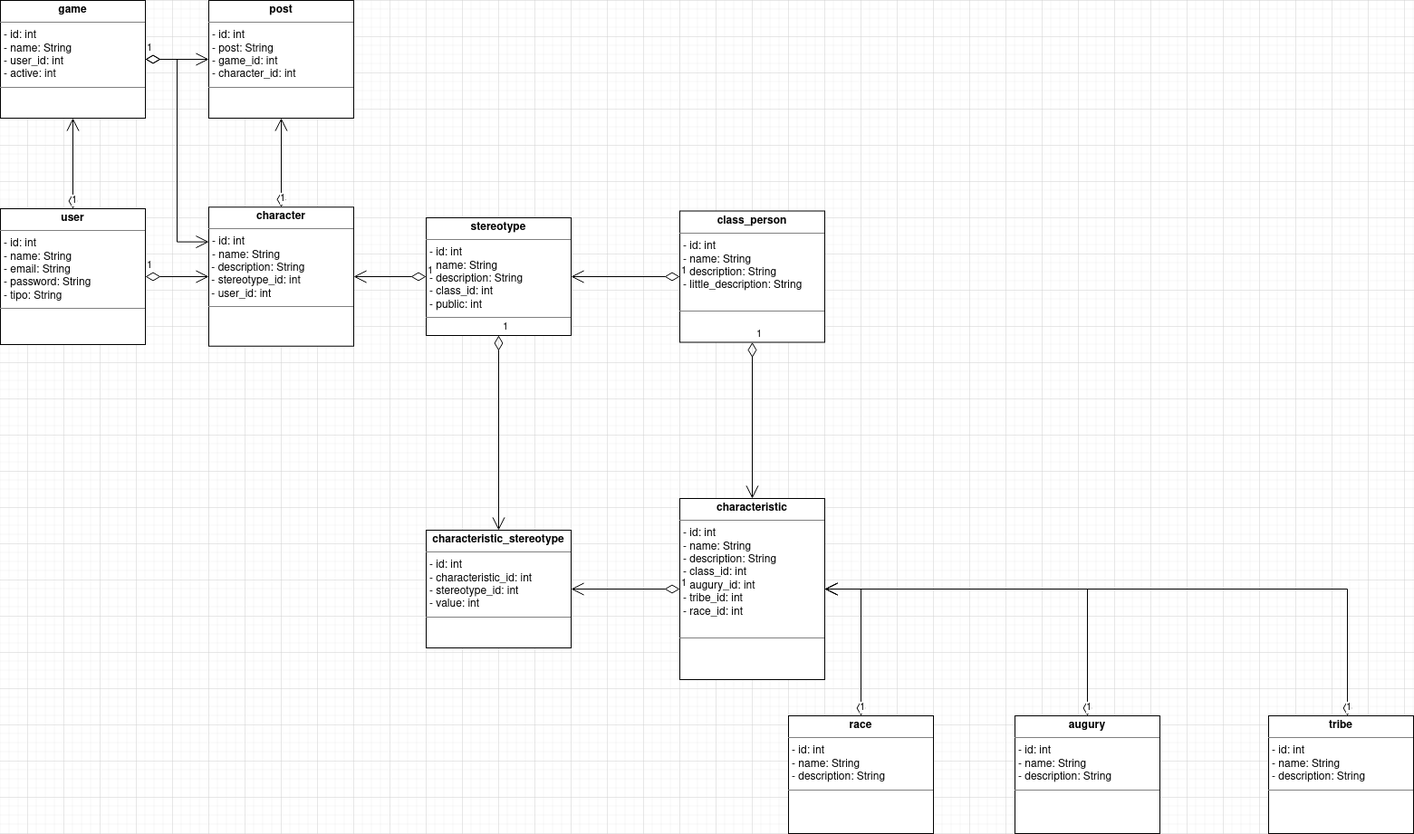
Above: diagrama_de_classes.drawio.png in fabriciodiasoliveira/mundo-sombrio-rpg (draw.io), before the change. Source tidied: cells renumbered, new cells last; positions are measured from the earlier drawing's top-left corner, leaving out a move shared by most shapes.
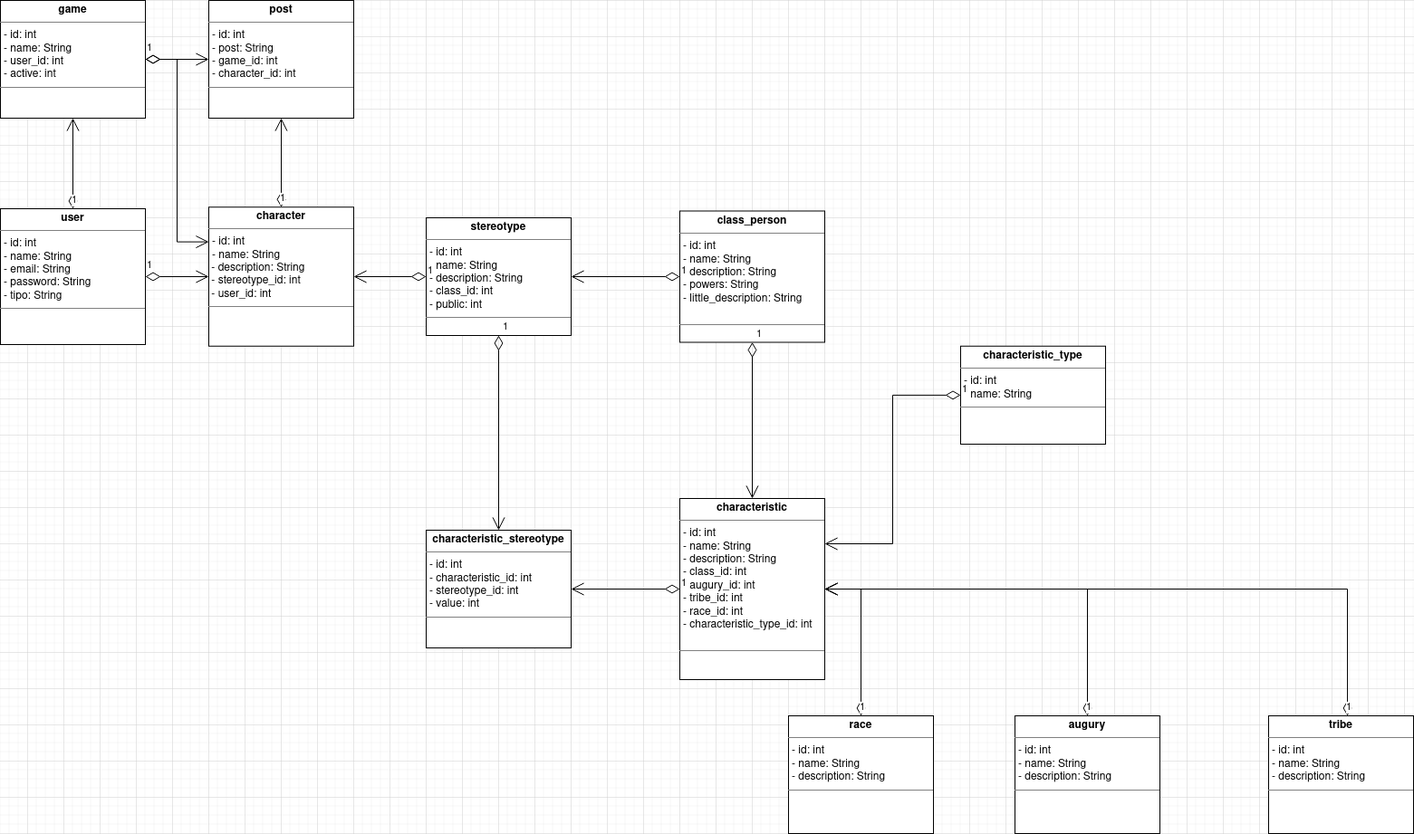
The same diagram one commit later.

What changed in the source:
```diff
@@ -8,10 +8,10 @@
     <mxCell id="3" value="&lt;p style=&quot;margin:0px;margin-top:4px;text-align:center;&quot;&gt;&lt;b&gt;stereotype&lt;/b&gt;&lt;br&gt;&lt;/p&gt;&lt;hr size=&quot;1&quot;&gt;&lt;p style=&quot;margin:0px;margin-left:4px;&quot;&gt;- id: int&lt;/p&gt;&lt;p style=&quot;margin:0px;margin-left:4px;&quot;&gt;- name: String&lt;/p&gt;&lt;p style=&quot;margin:0px;margin-left:4px;&quot;&gt;- description: String&lt;/p&gt;&lt;p style=&quot;margin:0px;margin-left:4px;&quot;&gt;- class_id: int&lt;/p&gt;&lt;p style=&quot;margin:0px;margin-left:4px;&quot;&gt;- public: int&lt;/p&gt;&lt;hr size=&quot;1&quot;&gt;&lt;p style=&quot;margin:0px;margin-left:4px;&quot;&gt;&lt;br&gt;&lt;/p&gt;" style="verticalAlign=top;align=left;overflow=fill;fontSize=12;fontFamily=Helvetica;html=1;" parent="1" vertex="1">
       <mxGeometry x="470" y="240" width="160" height="130" as="geometry" />
     </mxCell>
-    <mxCell id="4" value="&lt;p style=&quot;margin:0px;margin-top:4px;text-align:center;&quot;&gt;&lt;b&gt;class_person&lt;/b&gt;&lt;/p&gt;&lt;hr size=&quot;1&quot;&gt;&lt;p style=&quot;margin:0px;margin-left:4px;&quot;&gt;- id: int&lt;/p&gt;&lt;p style=&quot;margin:0px;margin-left:4px;&quot;&gt;- name: String&lt;/p&gt;&lt;p style=&quot;margin:0px;margin-left:4px;&quot;&gt;- description: String&lt;/p&gt;&lt;p style=&quot;margin:0px;margin-left:4px;&quot;&gt;- little_description: String&lt;/p&gt;&lt;br&gt;&lt;hr size=&quot;1&quot;&gt;&lt;p style=&quot;margin:0px;margin-left:4px;&quot;&gt;&lt;br&gt;&lt;/p&gt;" style="verticalAlign=top;align=left;overflow=fill;fontSize=12;fontFamily=Helvetica;html=1;" parent="1" vertex="1">
+    <mxCell id="4" value="&lt;p style=&quot;margin:0px;margin-top:4px;text-align:center;&quot;&gt;&lt;b&gt;class_person&lt;/b&gt;&lt;/p&gt;&lt;hr size=&quot;1&quot;&gt;&lt;p style=&quot;margin:0px;margin-left:4px;&quot;&gt;- id: int&lt;/p&gt;&lt;p style=&quot;margin:0px;margin-left:4px;&quot;&gt;- name: String&lt;/p&gt;&lt;p style=&quot;margin:0px;margin-left:4px;&quot;&gt;- description: String&lt;/p&gt;&lt;p style=&quot;margin:0px;margin-left:4px;&quot;&gt;- powers: String&lt;/p&gt;&lt;p style=&quot;margin:0px;margin-left:4px;&quot;&gt;- little_description: String&lt;/p&gt;&lt;br&gt;&lt;hr size=&quot;1&quot;&gt;&lt;p style=&quot;margin:0px;margin-left:4px;&quot;&gt;&lt;br&gt;&lt;/p&gt;" style="verticalAlign=top;align=left;overflow=fill;fontSize=12;fontFamily=Helvetica;html=1;" parent="1" vertex="1">
       <mxGeometry x="750" y="232.5" width="160" height="145" as="geometry" />
     </mxCell>
-    <mxCell id="5" value="&lt;p style=&quot;margin:0px;margin-top:4px;text-align:center;&quot;&gt;&lt;b&gt;characteristic&lt;/b&gt;&lt;/p&gt;&lt;hr size=&quot;1&quot;&gt;&lt;p style=&quot;margin:0px;margin-left:4px;&quot;&gt;- id: int&lt;/p&gt;&lt;p style=&quot;margin:0px;margin-left:4px;&quot;&gt;- name: String&lt;/p&gt;&lt;p style=&quot;margin:0px;margin-left:4px;&quot;&gt;- description: String&lt;/p&gt;&lt;p style=&quot;margin:0px;margin-left:4px;&quot;&gt;- class_id: int&lt;/p&gt;&lt;p style=&quot;margin:0px;margin-left:4px;&quot;&gt;- augury_id: int&lt;/p&gt;&lt;p style=&quot;margin:0px;margin-left:4px;&quot;&gt;- tribe_id: int&lt;/p&gt;&lt;p style=&quot;margin:0px;margin-left:4px;&quot;&gt;- race_id: int&lt;/p&gt;&lt;br&gt;&lt;hr size=&quot;1&quot;&gt;&lt;p style=&quot;margin:0px;margin-left:4px;&quot;&gt;&lt;br&gt;&lt;/p&gt;" style="verticalAlign=top;align=left;overflow=fill;fontSize=12;fontFamily=Helvetica;html=1;" parent="1" vertex="1">
+    <mxCell id="5" value="&lt;p style=&quot;margin:0px;margin-top:4px;text-align:center;&quot;&gt;&lt;b&gt;characteristic&lt;/b&gt;&lt;/p&gt;&lt;hr size=&quot;1&quot;&gt;&lt;p style=&quot;margin:0px;margin-left:4px;&quot;&gt;- id: int&lt;/p&gt;&lt;p style=&quot;margin:0px;margin-left:4px;&quot;&gt;- name: String&lt;/p&gt;&lt;p style=&quot;margin:0px;margin-left:4px;&quot;&gt;- description: String&lt;/p&gt;&lt;p style=&quot;margin:0px;margin-left:4px;&quot;&gt;- class_id: int&lt;/p&gt;&lt;p style=&quot;margin:0px;margin-left:4px;&quot;&gt;- augury_id: int&lt;/p&gt;&lt;p style=&quot;margin:0px;margin-left:4px;&quot;&gt;- tribe_id: int&lt;/p&gt;&lt;p style=&quot;margin:0px;margin-left:4px;&quot;&gt;- race_id: int&lt;/p&gt;&lt;p style=&quot;margin:0px;margin-left:4px;&quot;&gt;- characteristic_type_id: int&lt;/p&gt;&lt;br&gt;&lt;hr size=&quot;1&quot;&gt;&lt;p style=&quot;margin:0px;margin-left:4px;&quot;&gt;&lt;br&gt;&lt;/p&gt;" style="verticalAlign=top;align=left;overflow=fill;fontSize=12;fontFamily=Helvetica;html=1;" parent="1" vertex="1">
       <mxGeometry x="750" y="550" width="160" height="200" as="geometry" />
     </mxCell>
     <mxCell id="6" value="1" style="endArrow=open;html=1;endSize=12;startArrow=diamondThin;startSize=14;startFill=0;edgeStyle=orthogonalEdgeStyle;align=left;verticalAlign=bottom;rounded=0;entryX=1;entryY=0.5;entryDx=0;entryDy=0;exitX=0;exitY=0.5;exitDx=0;exitDy=0;" parent="1" edge="1" source="4" target="3">
@@ -74,5 +74,11 @@
     <mxCell id="25" value="1" style="endArrow=open;html=1;endSize=12;startArrow=diamondThin;startSize=14;startFill=0;edgeStyle=orthogonalEdgeStyle;align=left;verticalAlign=bottom;rounded=0;entryX=0;entryY=0.25;entryDx=0;entryDy=0;" parent="1" edge="1" source="14" target="22">
       <mxGeometry x="-1" y="3" relative="1" as="geometry" />
     </mxCell>
+    <mxCell id="26" value="&lt;p style=&quot;margin:0px;margin-top:4px;text-align:center;&quot;&gt;&lt;b&gt;characteristic_type&lt;/b&gt;&lt;br&gt;&lt;/p&gt;&lt;hr size=&quot;1&quot;&gt;&lt;p style=&quot;margin:0px;margin-left:4px;&quot;&gt;- id: int&lt;/p&gt;&lt;p style=&quot;margin:0px;margin-left:4px;&quot;&gt;- name: String&lt;br&gt;&lt;/p&gt;&lt;hr size=&quot;1&quot;&gt;&lt;p style=&quot;margin:0px;margin-left:4px;&quot;&gt;&lt;br&gt;&lt;/p&gt;" style="verticalAlign=top;align=left;overflow=fill;fontSize=12;fontFamily=Helvetica;html=1;" parent="1" vertex="1">
+      <mxGeometry x="1060" y="381.8" width="160" height="108.2" as="geometry" />
+    </mxCell>
+    <mxCell id="27" value="1" style="endArrow=open;html=1;endSize=12;startArrow=diamondThin;startSize=14;startFill=0;edgeStyle=orthogonalEdgeStyle;align=left;verticalAlign=bottom;rounded=0;exitX=0;exitY=0.5;exitDx=0;exitDy=0;entryX=1;entryY=0.25;entryDx=0;entryDy=0;" parent="1" edge="1" source="26" target="5">
+      <mxGeometry x="-1" y="3" relative="1" as="geometry" />
+    </mxCell>
   </root>
 </mxGraphModel>
```
